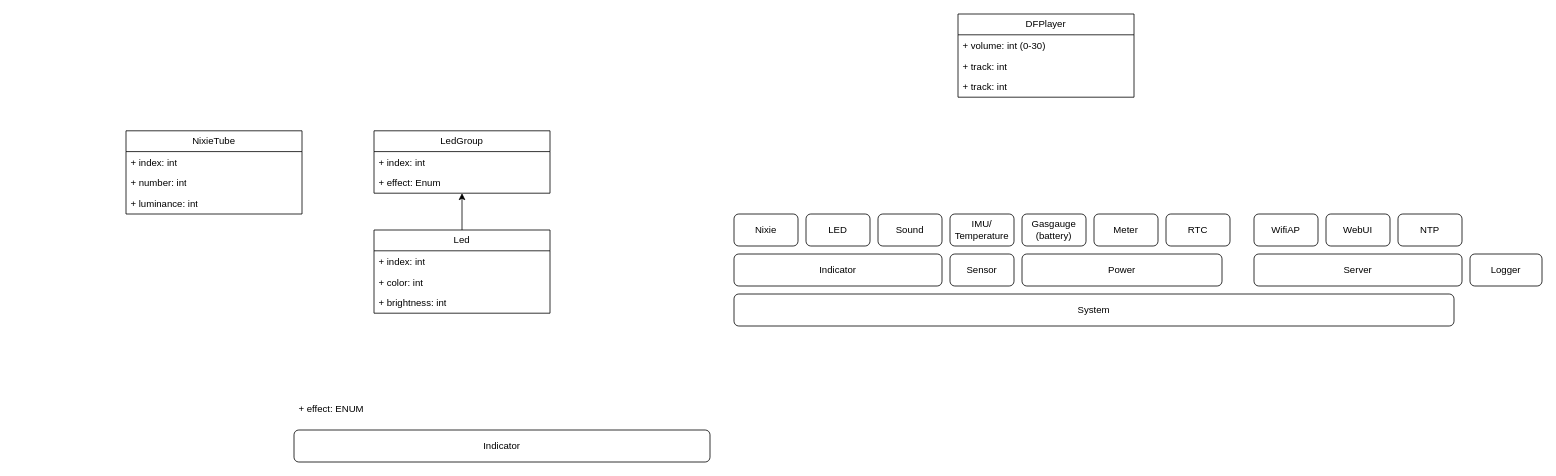
This is doc/structure.drawio from HabonRoof/nixietube_clock, a draw.io file, before an edit. Source tidied: cells renumbered, new cells numbered last; positions are measured from the earlier drawing's top-left corner, leaving out a move shared by most shapes. Both pictures are drawn from the tidied source at 80%, with x=0, y=0 at pixel (126, 14).
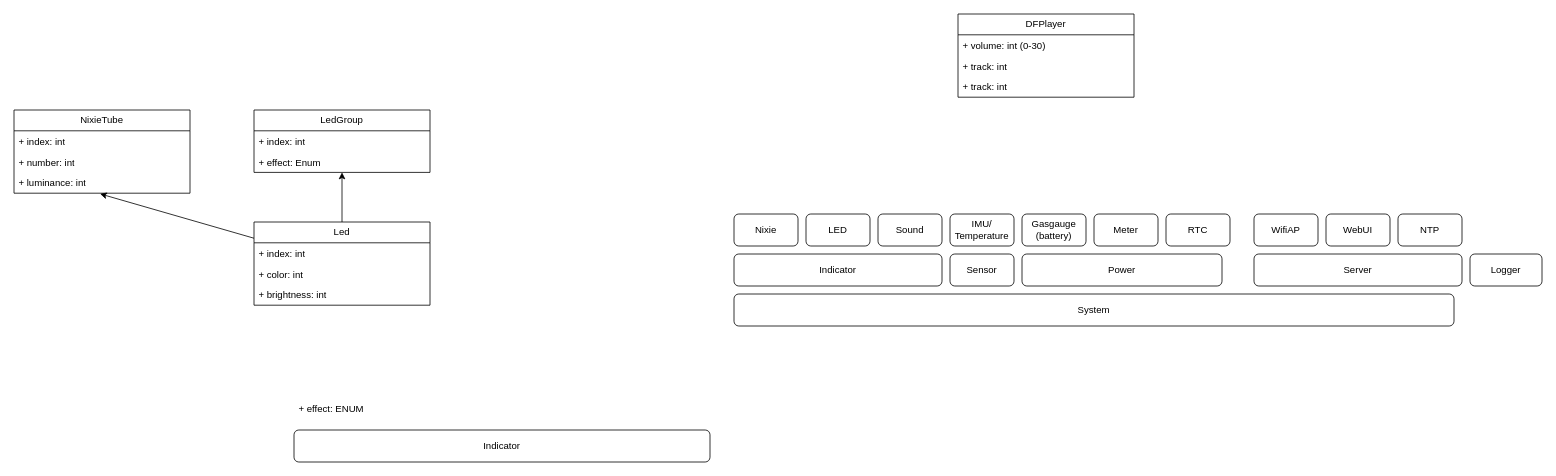
After the change.

The change refers to these unchanged cells:
```xml
<mxCell id="20" value="+ luminance: int" style="text;strokeColor=none;fillColor=none;align=left;verticalAlign=top;spacingLeft=4;spacingRight=4;overflow=hidden;points=[[0,0.5],[1,0.5]];portConstraint=eastwest;whiteSpace=wrap;html=1;" parent="17" vertex="1">
  <mxGeometry y="78" width="220" height="26" as="geometry" />
</mxCell>
<mxCell id="30" value="+ effect: Enum" style="text;strokeColor=none;fillColor=none;align=left;verticalAlign=top;spacingLeft=4;spacingRight=4;overflow=hidden;points=[[0,0.5],[1,0.5]];portConstraint=eastwest;whiteSpace=wrap;html=1;" parent="28" vertex="1">
  <mxGeometry y="52" width="220" height="26" as="geometry" />
</mxCell>
```

The edit, as a diff of the source:
```diff
@@
     <mxCell id="17" value="NixieTube" style="swimlane;fontStyle=0;horizontal=1;startSize=26;fillColor=none;whiteSpace=wrap;html=1;" parent="1" vertex="1">
-      <mxGeometry y="146" width="220" height="104" as="geometry" />
+      <mxGeometry x="-140" y="120" width="220" height="104" as="geometry" />
     </mxCell>
@@
     <mxCell id="28" value="LedGroup" style="swimlane;fontStyle=0;horizontal=1;startSize=26;fillColor=none;whiteSpace=wrap;html=1;" parent="1" vertex="1">
-      <mxGeometry x="310" y="146" width="220" height="78" as="geometry" />
+      <mxGeometry x="160" y="120" width="220" height="78" as="geometry" />
     </mxCell>
@@
-    <mxCell id="31" style="edgeStyle=none;html=1;" parent="1" edge="1" source="32" target="30">
+    <mxCell id="31" style="edgeStyle=none;html=1;entryX=0.489;entryY=1.032;entryDx=0;entryDy=0;entryPerimeter=0;" parent="1" edge="1" source="32" target="20">
       <mxGeometry relative="1" as="geometry" />
     </mxCell>
     <mxCell id="32" value="Led" style="swimlane;fontStyle=0;horizontal=1;startSize=26;fillColor=none;whiteSpace=wrap;html=1;" parent="1" vertex="1">
-      <mxGeometry x="310" y="270" width="220" height="104" as="geometry" />
+      <mxGeometry x="160" y="260" width="220" height="104" as="geometry" />
     </mxCell>
@@
+    <mxCell id="36" style="edgeStyle=none;html=1;exitX=0.5;exitY=0;exitDx=0;exitDy=0;" parent="1" edge="1" source="32" target="30">
+      <mxGeometry relative="1" as="geometry" />
+    </mxCell>
```
